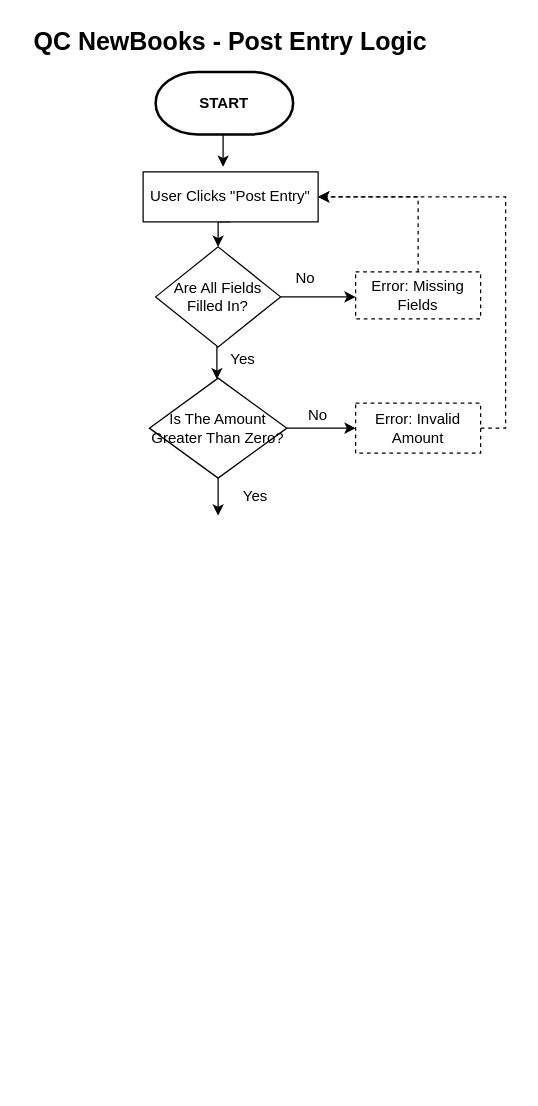
laishajerez01/diagram-qc-new-books keeps this draw.io diagram as QC_NewBooks_Diagrams.drawio. Above is the earlier version. Source tidied: cells renumbered, new cells numbered last; positions are measured from the earlier drawing's top-left corner, leaving out a move shared by most shapes. Both pictures are drawn from the tidied source at 125%, with x=0, y=0 at pixel (30, 21).
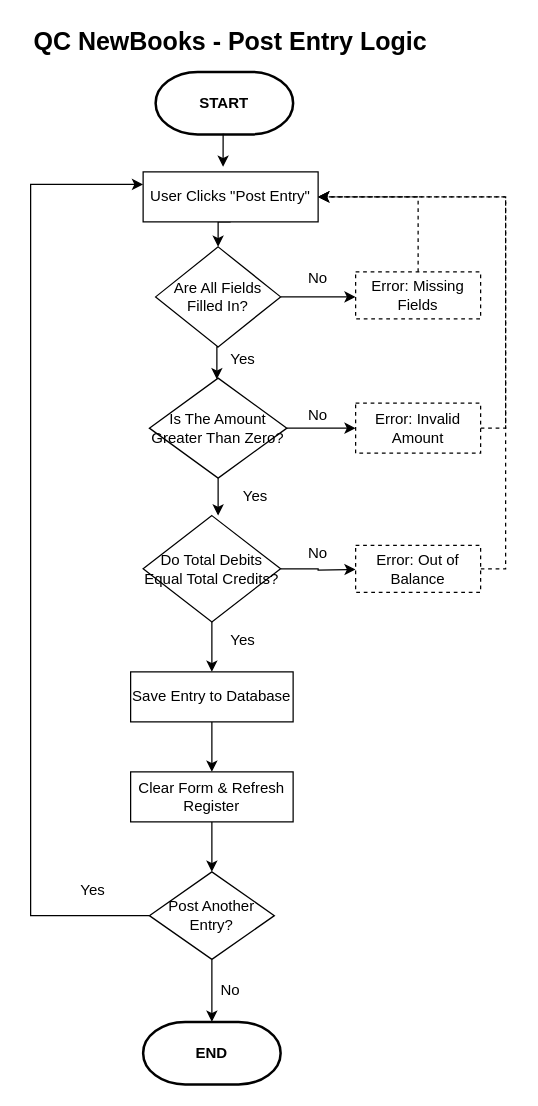
The same page after the edit.

The change refers to these unchanged cells:
```xml
<mxCell id="5" value="User Clicks &quot;Post Entry&quot;" style="html=1;dashed=0;whiteSpace=wrap;fillColor=light-dark(#FFFFFF,#F19C99);" parent="1" vertex="1">
  <mxGeometry x="90" y="120" width="140" height="40" as="geometry" />
</mxCell>
```

The edit, as a diff of the source:
```diff
@@
     <mxCell id="10" value="No" style="text;html=1;whiteSpace=wrap;strokeColor=none;fillColor=none;align=center;verticalAlign=middle;rounded=0;" parent="1" vertex="1">
-      <mxGeometry x="190" y="190" width="60" height="30" as="geometry" />
+      <mxGeometry x="200" y="190" width="60" height="30" as="geometry" />
     </mxCell>
@@
+    <mxCell id="21" style="edgeStyle=orthogonalEdgeStyle;rounded=0;jettySize=auto;html=1;exitX=0.5;exitY=1;exitDx=0;exitDy=0;" parent="1" edge="1" source="23">
+      <mxGeometry relative="1" as="geometry">
+        <mxPoint x="145" y="520" as="targetPoint" />
+      </mxGeometry>
+    </mxCell>
+    <mxCell id="22" style="edgeStyle=orthogonalEdgeStyle;rounded=0;jettySize=auto;html=1;exitX=1;exitY=0.5;exitDx=0;exitDy=0;" parent="1" edge="1" source="23">
+      <mxGeometry relative="1" as="geometry">
+        <mxPoint x="260" y="438" as="targetPoint" />
+      </mxGeometry>
+    </mxCell>
+    <mxCell id="23" value="Do Total Debits Equal Total Credits?" style="rhombus;whiteSpace=wrap;html=1;" parent="1" vertex="1">
+      <mxGeometry x="90" y="395" width="110" height="85" as="geometry" />
+    </mxCell>
+    <mxCell id="24" value="Yes" style="text;html=1;whiteSpace=wrap;strokeColor=none;fillColor=none;align=center;verticalAlign=middle;rounded=0;" parent="1" vertex="1">
+      <mxGeometry x="140" y="480" width="60" height="30" as="geometry" />
+    </mxCell>
+    <mxCell id="25" value="No" style="text;html=1;whiteSpace=wrap;strokeColor=none;fillColor=none;align=center;verticalAlign=middle;rounded=0;" parent="1" vertex="1">
+      <mxGeometry x="200" y="410" width="60" height="30" as="geometry" />
+    </mxCell>
+    <mxCell id="26" style="edgeStyle=orthogonalEdgeStyle;rounded=0;jettySize=auto;html=1;exitX=1;exitY=0.5;exitDx=0;exitDy=0;entryX=1;entryY=0.5;entryDx=0;entryDy=0;dashed=1;" parent="1" edge="1" source="27" target="5">
+      <mxGeometry relative="1" as="geometry" />
+    </mxCell>
+    <mxCell id="27" value="Error: Out of Balance" style="html=1;dashed=1;whiteSpace=wrap;" parent="1" vertex="1">
+      <mxGeometry x="260" y="418.8" width="100" height="37.5" as="geometry" />
+    </mxCell>
+    <mxCell id="28" style="edgeStyle=orthogonalEdgeStyle;rounded=0;jettySize=auto;html=1;exitX=0.5;exitY=1;exitDx=0;exitDy=0;" parent="1" edge="1" source="29">
+      <mxGeometry relative="1" as="geometry">
+        <mxPoint x="145" y="600" as="targetPoint" />
+      </mxGeometry>
+    </mxCell>
+    <mxCell id="29" value="Save Entry to Database" style="html=1;dashed=0;whiteSpace=wrap;fillColor=light-dark(#FFFFFF,#F19C99);" parent="1" vertex="1">
+      <mxGeometry x="80" y="520" width="130" height="40" as="geometry" />
+    </mxCell>
+    <mxCell id="30" style="edgeStyle=orthogonalEdgeStyle;rounded=0;jettySize=auto;html=1;exitX=0.5;exitY=1;exitDx=0;exitDy=0;" parent="1" edge="1" source="31" target="34">
+      <mxGeometry relative="1" as="geometry" />
+    </mxCell>
+    <mxCell id="31" value="Clear Form &amp;amp; Refresh Register" style="html=1;dashed=0;whiteSpace=wrap;fillColor=light-dark(#FFFFFF,#F19C99);" parent="1" vertex="1">
+      <mxGeometry x="80" y="600" width="130" height="40" as="geometry" />
+    </mxCell>
+    <mxCell id="32" style="edgeStyle=orthogonalEdgeStyle;rounded=0;jettySize=auto;html=1;exitX=0;exitY=0.5;exitDx=0;exitDy=0;entryX=0;entryY=0.25;entryDx=0;entryDy=0;" parent="1" edge="1" source="34" target="5">
+      <mxGeometry relative="1" as="geometry">
+        <Array as="points">
+          <mxPoint y="715" />
+          <mxPoint y="130" />
+        </Array>
+      </mxGeometry>
+    </mxCell>
+    <mxCell id="33" style="edgeStyle=orthogonalEdgeStyle;rounded=0;jettySize=auto;html=1;exitX=0.5;exitY=1;exitDx=0;exitDy=0;" parent="1" edge="1" source="34">
+      <mxGeometry relative="1" as="geometry">
+        <mxPoint x="145" y="800" as="targetPoint" />
+      </mxGeometry>
+    </mxCell>
+    <mxCell id="34" value="Post Another Entry?" style="rhombus;whiteSpace=wrap;html=1;" parent="1" vertex="1">
+      <mxGeometry x="95" y="680" width="100" height="70" as="geometry" />
+    </mxCell>
+    <mxCell id="35" value="Yes" style="text;html=1;whiteSpace=wrap;strokeColor=none;fillColor=none;align=center;verticalAlign=middle;rounded=0;" parent="1" vertex="1">
+      <mxGeometry x="20" y="680" width="60" height="30" as="geometry" />
+    </mxCell>
+    <mxCell id="36" value="No" style="text;html=1;whiteSpace=wrap;strokeColor=none;fillColor=none;align=center;verticalAlign=middle;rounded=0;" parent="1" vertex="1">
+      <mxGeometry x="130" y="760" width="60" height="30" as="geometry" />
+    </mxCell>
+    <mxCell id="37" value="&lt;b&gt;END&lt;/b&gt;" style="strokeWidth=2;html=1;shape=mxgraph.flowchart.terminator;whiteSpace=wrap;fillColor=light-dark(#FFFFFF,#00CC00);strokeColor=light-dark(#000000,#00CC00);" parent="1" vertex="1">
+      <mxGeometry x="90" y="800" width="110" height="50" as="geometry" />
+    </mxCell>
```
